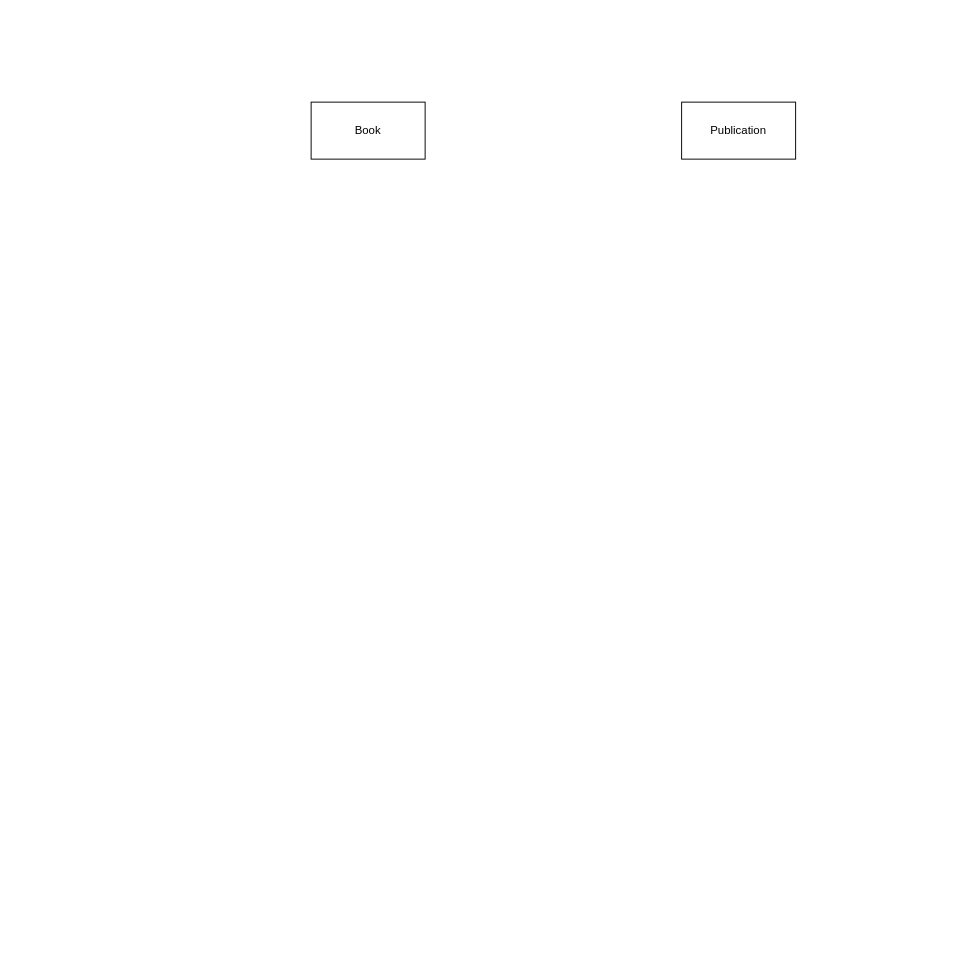
Asib27/BuyYourBook keeps this draw.io diagram as Untitled Diagram.drawio. Above is the earlier version. Source tidied: cells renumbered, new cells numbered last; positions are measured from the earlier drawing's top-left corner, leaving out a move shared by most shapes. Both pictures are drawn from the tidied source at 95%, with x=0, y=0 at pixel (311, 102).
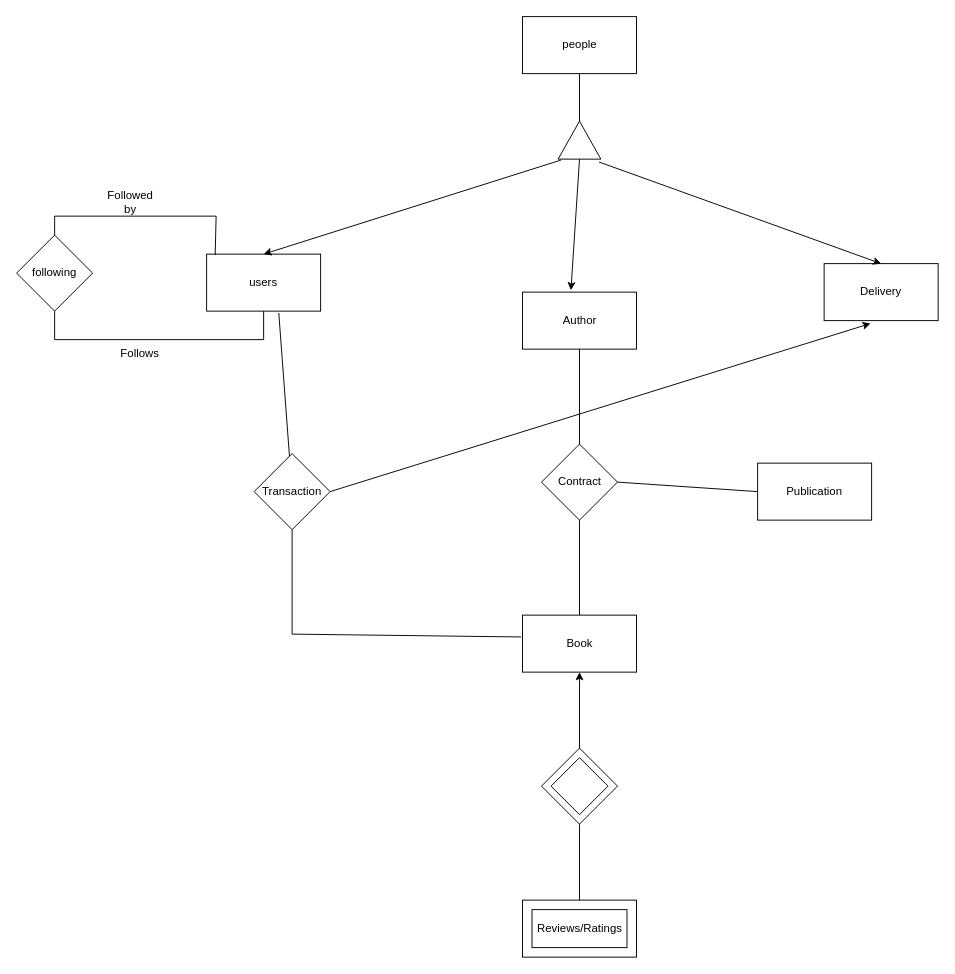
After the change.

Commit message:
added skeletal entity sets without attributes

Change to the diagram source:
```diff
@@
     <mxCell id="2" value="Book" style="rounded=0;whiteSpace=wrap;html=1;" parent="1" vertex="1">
-      <mxGeometry width="120" height="60" as="geometry" />
+      <mxGeometry x="222.5" y="540" width="120" height="60" as="geometry" />
     </mxCell>
     <mxCell id="3" value="Publication" style="rounded=0;whiteSpace=wrap;html=1;" parent="1" vertex="1">
-      <mxGeometry x="390" width="120" height="60" as="geometry" />
+      <mxGeometry x="470" y="380" width="120" height="60" as="geometry" />
     </mxCell>
+    <mxCell id="4" value="people" style="rounded=0;whiteSpace=wrap;html=1;" parent="1" vertex="1">
+      <mxGeometry x="222.5" y="-90" width="120" height="60" as="geometry" />
+    </mxCell>
+    <mxCell id="5" style="triangle;whiteSpace=wrap;html=1;direction=north;" parent="1" vertex="1">
+      <mxGeometry x="260" y="20" width="45" height="40" as="geometry" />
+    </mxCell>
+    <mxCell id="6" value="users" style="rounded=0;whiteSpace=wrap;html=1;" parent="1" vertex="1">
+      <mxGeometry x="-110" y="160" width="120" height="60" as="geometry" />
+    </mxCell>
+    <mxCell id="7" value="Author" style="rounded=0;whiteSpace=wrap;html=1;" parent="1" vertex="1">
+      <mxGeometry x="222.5" y="200" width="120" height="60" as="geometry" />
+    </mxCell>
+    <mxCell id="8" value="Delivery" style="rounded=0;whiteSpace=wrap;html=1;" parent="1" vertex="1">
+      <mxGeometry x="540" y="170" width="120" height="60" as="geometry" />
+    </mxCell>
+    <mxCell id="9" style="endArrow=none;html=1;rounded=0;entryX=0.5;entryY=1;entryDx=0;entryDy=0;exitX=1;exitY=0.5;exitDx=0;exitDy=0;" parent="1" edge="1" source="5" target="4">
+      <mxGeometry relative="1" as="geometry" />
+    </mxCell>
+    <mxCell id="10" style="endArrow=classic;html=1;rounded=0;exitX=-0.025;exitY=0.067;exitDx=0;exitDy=0;exitPerimeter=0;entryX=0.5;entryY=0;entryDx=0;entryDy=0;" parent="1" edge="1" source="5" target="6">
+      <mxGeometry relative="1" as="geometry" />
+    </mxCell>
+    <mxCell id="11" style="endArrow=classic;html=1;rounded=0;exitX=0;exitY=0.5;exitDx=0;exitDy=0;entryX=0.425;entryY=-0.033;entryDx=0;entryDy=0;entryPerimeter=0;" parent="1" edge="1" source="5" target="7">
+      <mxGeometry relative="1" as="geometry" />
+    </mxCell>
+    <mxCell id="12" style="endArrow=classic;html=1;rounded=0;entryX=0.5;entryY=0;entryDx=0;entryDy=0;exitX=-0.075;exitY=0.956;exitDx=0;exitDy=0;exitPerimeter=0;" parent="1" edge="1" source="5" target="8">
+      <mxGeometry relative="1" as="geometry" />
+    </mxCell>
+    <mxCell id="13" value="Contract" style="rhombus;whiteSpace=wrap;html=1;" parent="1" vertex="1">
+      <mxGeometry x="242.5" y="360" width="80" height="80" as="geometry" />
+    </mxCell>
+    <mxCell id="14" style="endArrow=none;html=1;rounded=0;entryX=0.5;entryY=1;entryDx=0;entryDy=0;" parent="1" edge="1" source="13" target="7">
+      <mxGeometry relative="1" as="geometry" />
+    </mxCell>
+    <mxCell id="15" style="endArrow=none;html=1;rounded=0;entryX=0;entryY=0.5;entryDx=0;entryDy=0;exitX=1;exitY=0.5;exitDx=0;exitDy=0;" parent="1" edge="1" source="13" target="3">
+      <mxGeometry relative="1" as="geometry" />
+    </mxCell>
+    <mxCell id="16" style="endArrow=none;html=1;rounded=0;exitX=0.5;exitY=1;exitDx=0;exitDy=0;" parent="1" edge="1" source="13" target="2">
+      <mxGeometry relative="1" as="geometry" />
+    </mxCell>
+    <mxCell id="17" value="following" style="rhombus;whiteSpace=wrap;html=1;" parent="1" vertex="1">
+      <mxGeometry x="-310" y="140" width="80" height="80" as="geometry" />
+    </mxCell>
+    <mxCell id="18" style="endArrow=none;html=1;rounded=0;exitX=0.5;exitY=1;exitDx=0;exitDy=0;" parent="1" edge="1" source="6" target="17">
+      <mxGeometry relative="1" as="geometry">
+        <Array as="points">
+          <mxPoint x="-50" y="250" />
+          <mxPoint x="-270" y="250" />
+        </Array>
+      </mxGeometry>
+    </mxCell>
+    <mxCell id="19" style="endArrow=none;html=1;rounded=0;" parent="1" edge="1">
+      <mxGeometry relative="1" as="geometry">
+        <mxPoint x="-270" y="120" as="sourcePoint" />
+        <mxPoint x="-100" y="120" as="targetPoint" />
+      </mxGeometry>
+    </mxCell>
+    <mxCell id="20" style="endArrow=none;html=1;rounded=0;exitX=0.075;exitY=0.017;exitDx=0;exitDy=0;exitPerimeter=0;" parent="1" edge="1" source="6">
+      <mxGeometry relative="1" as="geometry">
+        <mxPoint x="-100" y="120" as="targetPoint" />
+      </mxGeometry>
+    </mxCell>
+    <mxCell id="21" style="endArrow=none;html=1;rounded=0;" parent="1" edge="1" source="17">
+      <mxGeometry relative="1" as="geometry">
+        <mxPoint x="-270" y="120" as="targetPoint" />
+      </mxGeometry>
+    </mxCell>
+    <mxCell id="22" value="Follows" style="text;html=1;strokeColor=none;fillColor=none;align=center;verticalAlign=middle;whiteSpace=wrap;rounded=0;" parent="1" vertex="1">
+      <mxGeometry x="-210" y="250" width="60" height="30" as="geometry" />
+    </mxCell>
+    <mxCell id="23" value="Followed by" style="text;html=1;strokeColor=none;fillColor=none;align=center;verticalAlign=middle;whiteSpace=wrap;rounded=0;" parent="1" vertex="1">
+      <mxGeometry x="-220" y="90" width="60" height="30" as="geometry" />
+    </mxCell>
+    <mxCell id="24" value="Transaction" style="rhombus;whiteSpace=wrap;html=1;" parent="1" vertex="1">
+      <mxGeometry x="-60" y="370" width="80" height="80" as="geometry" />
+    </mxCell>
+    <mxCell id="25" style="endArrow=none;html=1;rounded=0;exitX=0.633;exitY=1.033;exitDx=0;exitDy=0;exitPerimeter=0;" parent="1" edge="1" source="6" target="24">
+      <mxGeometry relative="1" as="geometry" />
+    </mxCell>
+    <mxCell id="26" style="endArrow=none;html=1;rounded=0;exitX=0.5;exitY=1;exitDx=0;exitDy=0;" parent="1" edge="1" source="24">
+      <mxGeometry relative="1" as="geometry">
+        <mxPoint x="-20" y="560" as="targetPoint" />
+      </mxGeometry>
+    </mxCell>
+    <mxCell id="27" style="endArrow=none;html=1;rounded=0;entryX=-0.012;entryY=0.383;entryDx=0;entryDy=0;entryPerimeter=0;" parent="1" edge="1" target="2">
+      <mxGeometry relative="1" as="geometry">
+        <mxPoint x="-20" y="560" as="sourcePoint" />
+      </mxGeometry>
+    </mxCell>
+    <mxCell id="28" style="endArrow=classic;html=1;rounded=0;entryX=0.408;entryY=1.05;entryDx=0;entryDy=0;entryPerimeter=0;exitX=1;exitY=0.5;exitDx=0;exitDy=0;" parent="1" edge="1" source="24" target="8">
+      <mxGeometry relative="1" as="geometry" />
+    </mxCell>
+    <mxCell id="29" style="group;" parent="1" vertex="1">
+      <mxGeometry x="222.5" y="840" width="120" height="60" as="geometry" />
+    </mxCell>
+    <mxCell id="30" style="rounded=0;whiteSpace=wrap;html=1;" parent="29" vertex="1">
+      <mxGeometry width="120" height="60" as="geometry" />
+    </mxCell>
+    <mxCell id="31" value="Reviews/Ratings" style="rounded=0;whiteSpace=wrap;html=1;" parent="29" vertex="1">
+      <mxGeometry x="10" y="10" width="100" height="40" as="geometry" />
+    </mxCell>
+    <mxCell id="32" style="endArrow=none;html=1;rounded=0;exitX=0.5;exitY=1;exitDx=0;exitDy=0;entryX=0.5;entryY=0;entryDx=0;entryDy=0;" parent="1" edge="1" source="34" target="30">
+      <mxGeometry relative="1" as="geometry" />
+    </mxCell>
+    <mxCell id="33" style="group;" parent="1" vertex="1">
+      <mxGeometry x="242.5" y="680" width="80" height="80" as="geometry" />
+    </mxCell>
+    <mxCell id="34" style="rhombus;whiteSpace=wrap;html=1;" parent="33" vertex="1">
+      <mxGeometry width="80" height="80" as="geometry" />
+    </mxCell>
+    <mxCell id="35" style="rhombus;whiteSpace=wrap;html=1;" parent="33" vertex="1">
+      <mxGeometry x="10" y="10" width="60" height="60" as="geometry" />
+    </mxCell>
+    <mxCell id="36" style="endArrow=classic;html=1;rounded=0;entryX=0.5;entryY=1;entryDx=0;entryDy=0;exitX=0.5;exitY=0;exitDx=0;exitDy=0;" parent="1" edge="1" source="34" target="2">
+      <mxGeometry relative="1" as="geometry" />
+    </mxCell>
```
